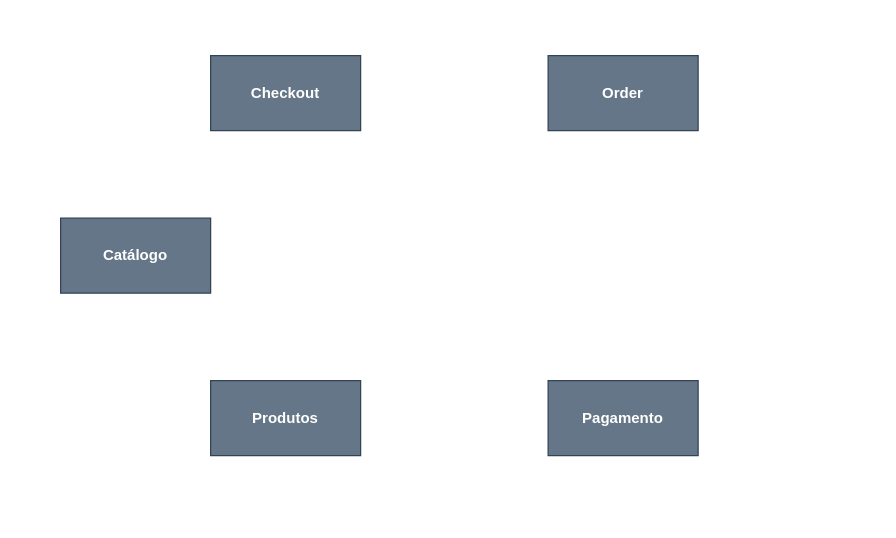
The draw.io diagram ecommerce-checkout.drawio in allanraafael/ecommerce-checkout-product, before the edit. Source tidied: cells renumbered, new cells numbered last; positions are measured from the earlier drawing's top-left corner, leaving out a move shared by most shapes. Both pictures are drawn from the tidied source at 125%, with x=0, y=0 at pixel (60, 55).
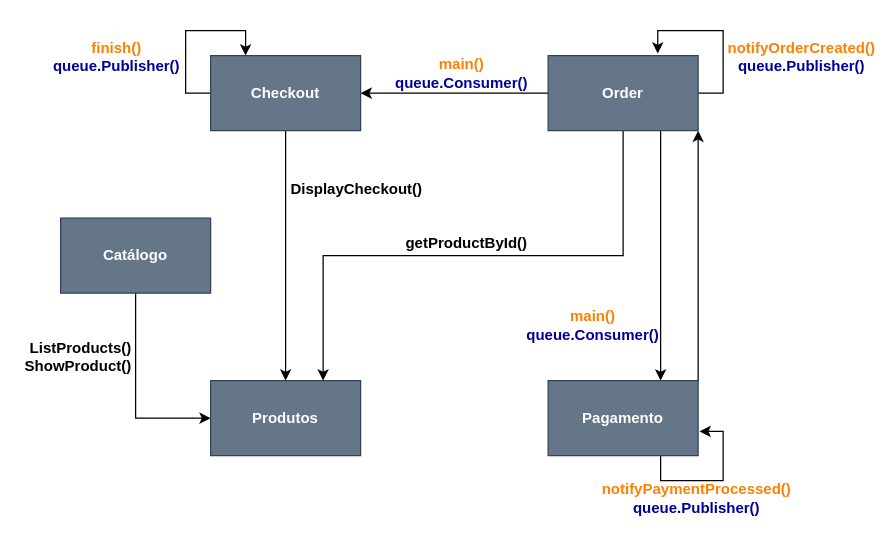
The same diagram, later.

Commit message:
Detalhado modelagem da aplicação

Unchanged cells that the change refers to:
```xml
<mxCell id="2" value="&lt;b&gt;Catálogo&lt;/b&gt;" style="rounded=0;whiteSpace=wrap;html=1;fillColor=#647687;strokeColor=#314354;fontColor=#ffffff;" parent="1" vertex="1">
  <mxGeometry y="130" width="120" height="60" as="geometry" />
</mxCell>
<mxCell id="3" value="&lt;b&gt;Checkout&lt;/b&gt;" style="rounded=0;whiteSpace=wrap;html=1;fillColor=#647687;strokeColor=#314354;fontColor=#ffffff;" parent="1" vertex="1">
  <mxGeometry x="120" width="120" height="60" as="geometry" />
</mxCell>
<mxCell id="4" value="&lt;b&gt;Produtos&lt;/b&gt;" style="rounded=0;whiteSpace=wrap;html=1;fillColor=#647687;strokeColor=#314354;fontColor=#ffffff;" parent="1" vertex="1">
  <mxGeometry x="120" y="260" width="120" height="60" as="geometry" />
</mxCell>
<mxCell id="5" value="&lt;b&gt;Order&lt;/b&gt;" style="rounded=0;whiteSpace=wrap;html=1;fillColor=#647687;strokeColor=#314354;fontColor=#ffffff;" parent="1" vertex="1">
  <mxGeometry x="390" width="120" height="60" as="geometry" />
</mxCell>
<mxCell id="6" value="&lt;b&gt;Pagamento&lt;/b&gt;" style="rounded=0;whiteSpace=wrap;html=1;fillColor=#647687;strokeColor=#314354;fontColor=#ffffff;" parent="1" vertex="1">
  <mxGeometry x="390" y="260" width="120" height="60" as="geometry" />
</mxCell>
```

Diff of the diagram source:
```diff
@@
+    <mxCell id="7" style="edgeStyle=orthogonalEdgeStyle;rounded=0;jettySize=auto;html=1;exitX=0.5;exitY=1;exitDx=0;exitDy=0;entryX=0;entryY=0.5;entryDx=0;entryDy=0;" parent="1" edge="1" source="2" target="4">
+      <mxGeometry relative="1" as="geometry" />
+    </mxCell>
@@
+    <mxCell id="8" style="edgeStyle=orthogonalEdgeStyle;rounded=0;jettySize=auto;html=1;exitX=0.5;exitY=1;exitDx=0;exitDy=0;entryX=0.5;entryY=0;entryDx=0;entryDy=0;" parent="1" edge="1" source="3" target="4">
+      <mxGeometry relative="1" as="geometry" />
+    </mxCell>
+    <mxCell id="9" style="edgeStyle=orthogonalEdgeStyle;rounded=0;orthogonalLoop=1;jettySize=auto;html=1;exitX=0;exitY=0.5;exitDx=0;exitDy=0;entryX=0.233;entryY=0;entryDx=0;entryDy=0;entryPerimeter=0;" parent="1" edge="1" source="3" target="3">
+      <mxGeometry relative="1" as="geometry">
+        <Array as="points">
+          <mxPoint x="100" y="30" />
+          <mxPoint x="100" y="-20" />
+          <mxPoint x="148" y="-20" />
+        </Array>
+      </mxGeometry>
+    </mxCell>
@@
+    <mxCell id="10" style="edgeStyle=orthogonalEdgeStyle;rounded=0;jettySize=auto;html=1;exitX=0;exitY=0.5;exitDx=0;exitDy=0;entryX=1;entryY=0.5;entryDx=0;entryDy=0;" parent="1" edge="1" source="5" target="3">
+      <mxGeometry relative="1" as="geometry" />
+    </mxCell>
+    <mxCell id="11" style="edgeStyle=orthogonalEdgeStyle;rounded=0;jettySize=auto;html=1;exitX=0.5;exitY=1;exitDx=0;exitDy=0;entryX=0.75;entryY=0;entryDx=0;entryDy=0;" parent="1" edge="1" source="5" target="4">
+      <mxGeometry relative="1" as="geometry" />
+    </mxCell>
+    <mxCell id="12" style="edgeStyle=orthogonalEdgeStyle;rounded=0;jettySize=auto;html=1;exitX=0.75;exitY=1;exitDx=0;exitDy=0;entryX=0.75;entryY=0;entryDx=0;entryDy=0;" parent="1" edge="1" source="5" target="6">
+      <mxGeometry relative="1" as="geometry" />
+    </mxCell>
+    <mxCell id="13" style="edgeStyle=orthogonalEdgeStyle;rounded=0;orthogonalLoop=1;jettySize=auto;html=1;exitX=1;exitY=0.5;exitDx=0;exitDy=0;entryX=0.731;entryY=-0.028;entryDx=0;entryDy=0;entryPerimeter=0;" parent="1" edge="1" source="5" target="5">
+      <mxGeometry relative="1" as="geometry">
+        <Array as="points">
+          <mxPoint x="530" y="30" />
+          <mxPoint x="530" y="-20" />
+          <mxPoint x="478" y="-20" />
+        </Array>
+      </mxGeometry>
+    </mxCell>
@@
+    <mxCell id="14" style="edgeStyle=orthogonalEdgeStyle;rounded=0;jettySize=auto;html=1;exitX=1;exitY=0;exitDx=0;exitDy=0;entryX=1;entryY=1;entryDx=0;entryDy=0;" parent="1" edge="1" source="6" target="5">
+      <mxGeometry relative="1" as="geometry" />
+    </mxCell>
+    <mxCell id="15" style="edgeStyle=orthogonalEdgeStyle;rounded=0;orthogonalLoop=1;jettySize=auto;html=1;exitX=0.75;exitY=1;exitDx=0;exitDy=0;entryX=1.01;entryY=0.677;entryDx=0;entryDy=0;entryPerimeter=0;" parent="1" edge="1" source="6" target="6">
+      <mxGeometry relative="1" as="geometry">
+        <Array as="points">
+          <mxPoint x="480" y="340" />
+          <mxPoint x="530" y="340" />
+          <mxPoint x="530" y="301" />
+        </Array>
+      </mxGeometry>
+    </mxCell>
@@
+    <mxCell id="16" value="ListProducts()&lt;br&gt;ShowProduct()" style="text;html=1;strokeColor=none;fillColor=none;align=right;verticalAlign=middle;whiteSpace=wrap;rounded=0;fontStyle=1;" parent="1" vertex="1">
+      <mxGeometry x="-31" y="231" width="90" height="20" as="geometry" />
+    </mxCell>
+    <mxCell id="17" value="DisplayCheckout()" style="text;html=1;strokeColor=none;fillColor=none;align=center;verticalAlign=middle;whiteSpace=wrap;rounded=0;fontStyle=1;" parent="1" vertex="1">
+      <mxGeometry x="192" y="97" width="90" height="20" as="geometry" />
+    </mxCell>
+    <mxCell id="18" value="&lt;b&gt;&lt;font color=&quot;#ff8000&quot;&gt;main()&lt;/font&gt;&lt;br&gt;&lt;font color=&quot;#000099&quot;&gt;queue.Consumer()&lt;/font&gt;&lt;br&gt;&lt;/b&gt;" style="text;html=1;strokeColor=none;fillColor=none;align=center;verticalAlign=middle;whiteSpace=wrap;rounded=0;" parent="1" vertex="1">
+      <mxGeometry x="276" y="4" width="90" height="20" as="geometry" />
+    </mxCell>
+    <mxCell id="19" value="getProductById()" style="text;html=1;strokeColor=none;fillColor=none;align=center;verticalAlign=middle;whiteSpace=wrap;rounded=0;fontStyle=1;" parent="1" vertex="1">
+      <mxGeometry x="280" y="140" width="90" height="20" as="geometry" />
+    </mxCell>
+    <mxCell id="20" value="&lt;b&gt;&lt;font color=&quot;#ff8000&quot;&gt;notifyPaymentProcessed()&lt;/font&gt;&lt;br&gt;&lt;/b&gt;&lt;b&gt;&lt;font color=&quot;#000099&quot;&gt;queue.Publisher()&lt;/font&gt;&lt;/b&gt;&lt;font color=&quot;#000099&quot;&gt;&lt;b&gt;&lt;br&gt;&lt;/b&gt;&lt;/font&gt;" style="text;html=1;strokeColor=none;fillColor=none;align=center;verticalAlign=middle;whiteSpace=wrap;rounded=0;" parent="1" vertex="1">
+      <mxGeometry x="464" y="344" width="90" height="20" as="geometry" />
+    </mxCell>
+    <mxCell id="21" value="&lt;b&gt;&lt;font color=&quot;#ff8000&quot;&gt;main()&lt;/font&gt;&lt;br&gt;&lt;font color=&quot;#000099&quot;&gt;queue.Consumer()&lt;/font&gt;&lt;br&gt;&lt;/b&gt;" style="text;html=1;strokeColor=none;fillColor=none;align=center;verticalAlign=middle;whiteSpace=wrap;rounded=0;" parent="1" vertex="1">
+      <mxGeometry x="381" y="206" width="90" height="20" as="geometry" />
+    </mxCell>
+    <mxCell id="22" value="&lt;b&gt;&lt;font color=&quot;#ff8000&quot;&gt;finish()&lt;/font&gt;&lt;br&gt;&lt;font color=&quot;#000099&quot;&gt;queue.Publisher()&lt;/font&gt;&lt;br&gt;&lt;/b&gt;" style="text;html=1;strokeColor=none;fillColor=none;align=center;verticalAlign=middle;whiteSpace=wrap;rounded=0;" parent="1" vertex="1">
+      <mxGeometry y="-9" width="90" height="20" as="geometry" />
+    </mxCell>
+    <mxCell id="23" value="&lt;font color=&quot;#ff8000&quot;&gt;&lt;b&gt;notifyOrderCreated()&lt;/b&gt;&lt;/font&gt;&lt;br&gt;&lt;font color=&quot;#000099&quot; style=&quot;font-weight: bold&quot;&gt;queue.Publisher()&lt;/font&gt;" style="text;html=1;strokeColor=none;fillColor=none;align=center;verticalAlign=middle;whiteSpace=wrap;rounded=0;" parent="1" vertex="1">
+      <mxGeometry x="548" y="-9" width="90" height="20" as="geometry" />
+    </mxCell>
```
